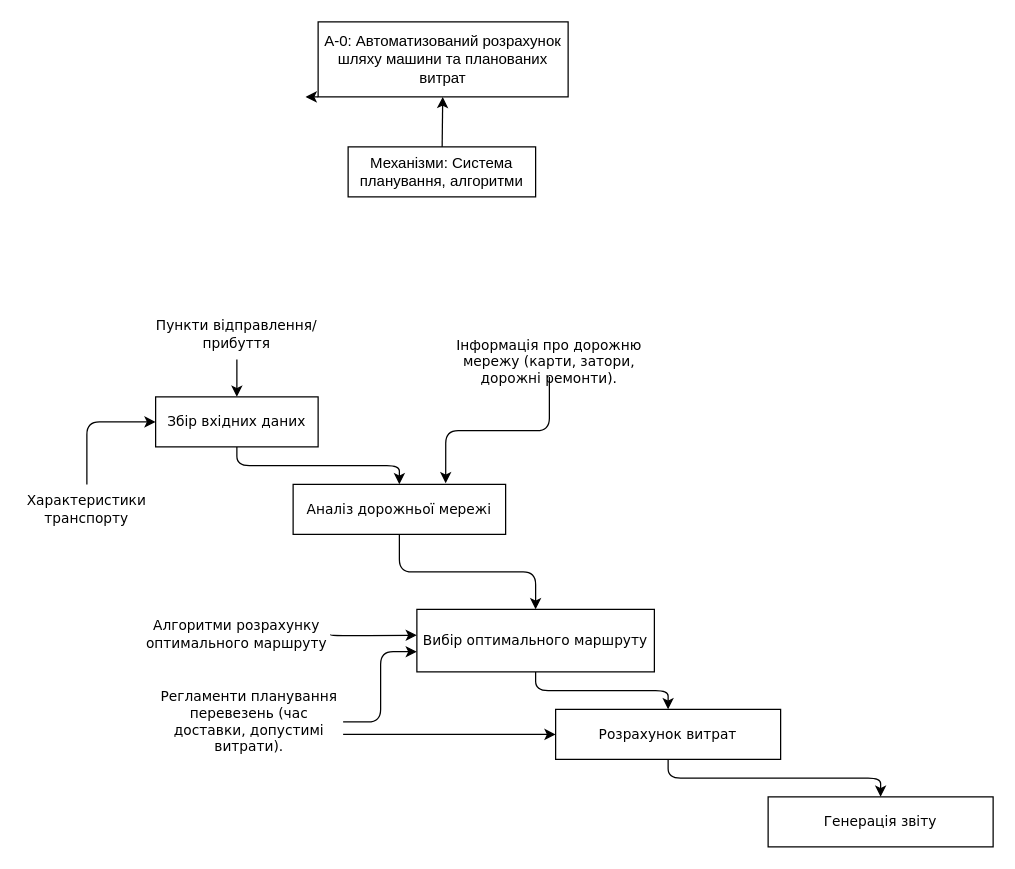
This is lab11.drawio from 1duxa/Designs, a draw.io file, before an edit. Source tidied: cells renumbered, new cells numbered last; positions are measured from the earlier drawing's top-left corner, leaving out a move shared by most shapes. Both pictures are drawn from the tidied source at 125%, with x=0, y=0 at pixel (30, 21).
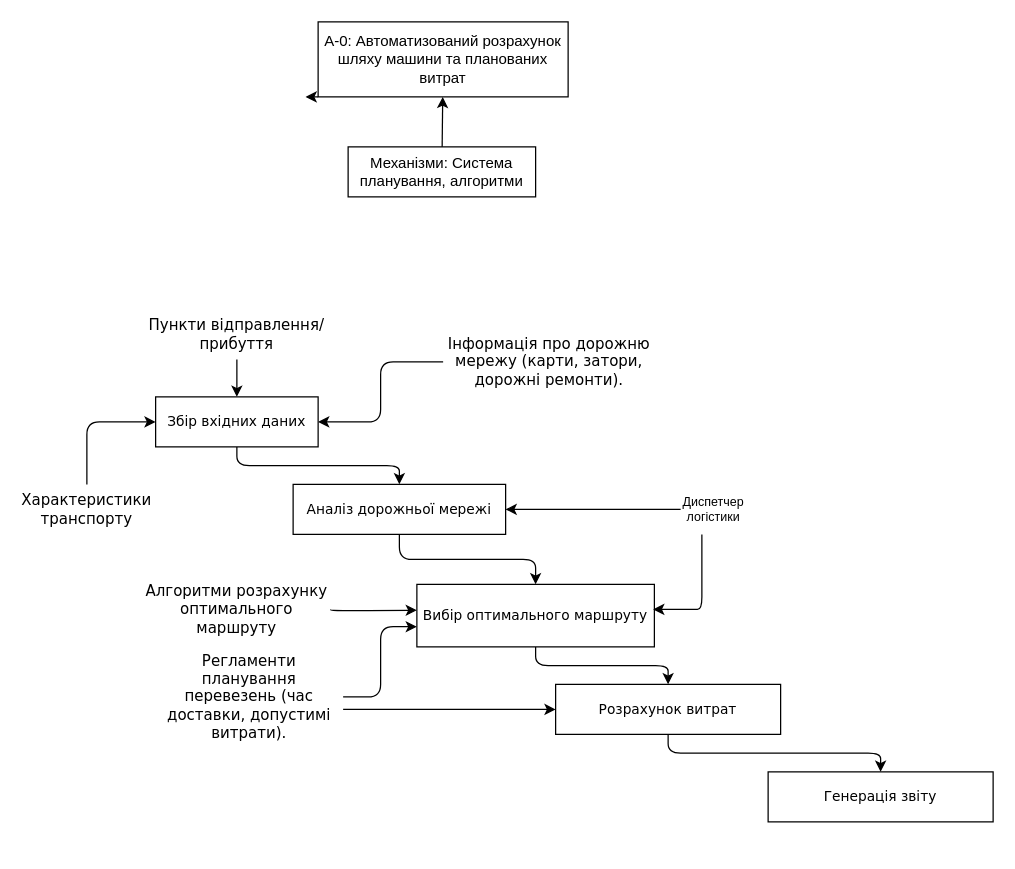
After the change.

Unchanged cells that the change refers to:
```xml
<mxCell id="13" value="Збір вхідних даних" style="shape=rectangle;whiteSpace=wrap;html=1;fontSize=11;fontFamily=Verdana;" parent="1" vertex="1">
  <mxGeometry x="100" y="300" width="130" height="40" as="geometry" />
</mxCell>
<mxCell id="14" value="Аналіз дорожньої мережі" style="shape=rectangle;whiteSpace=wrap;html=1;fontSize=11;fontFamily=Verdana;" parent="1" vertex="1">
  <mxGeometry x="210" y="370" width="170" height="40" as="geometry" />
</mxCell>
```

Change to the diagram source:
```diff
@@
-    <mxCell id="4" value="Пункти відправлення/прибуття" style="shape=rectangle;whiteSpace=wrap;html=1;fillColor=none;strokeColor=none;fontSize=11;fontFamily=Verdana;" parent="1" vertex="1">
+    <mxCell id="4" value="Пункти відправлення/прибуття" style="shape=rectangle;whiteSpace=wrap;html=1;fillColor=none;strokeColor=none;fontSize=12;fontFamily=Verdana;" parent="1" vertex="1">
       <mxGeometry x="90" y="230" width="150" height="40" as="geometry" />
     </mxCell>
     <mxCell id="5" style="edgeStyle=orthogonalEdgeStyle;rounded=0;jettySize=auto;html=1;entryX=0;entryY=0.5;entryDx=0;entryDy=0;fontSize=11;fontFamily=Verdana;" parent="1" edge="1" source="7" target="15">
       <mxGeometry relative="1" as="geometry">
         <Array as="points">
-          <mxPoint x="360" y="570" />
-          <mxPoint x="360" y="570" />
+          <mxPoint x="360" y="550" />
+          <mxPoint x="360" y="550" />
         </Array>
       </mxGeometry>
     </mxCell>
     <mxCell id="6" style="edgeStyle=orthogonalEdgeStyle;rounded=1;jettySize=auto;html=1;entryX=0;entryY=0.677;entryDx=0;entryDy=0;entryPerimeter=0;curved=0;fontSize=11;fontFamily=Verdana;" parent="1" edge="1" source="7" target="16">
       <mxGeometry relative="1" as="geometry">
         <Array as="points">
-          <mxPoint x="280" y="560" />
-          <mxPoint x="280" y="504" />
+          <mxPoint x="280" y="540" />
+          <mxPoint x="280" y="484" />
         </Array>
       </mxGeometry>
     </mxCell>
-    <mxCell id="7" value="&lt;span style=&quot;font-size: 11px; text-align: left;&quot;&gt;Регламенти планування перевезень&lt;/span&gt;&lt;span style=&quot;font-size: 11px; text-align: left;&quot;&gt;&amp;nbsp;(час доставки, допустимі витрати).&lt;/span&gt;" style="shape=rectangle;whiteSpace=wrap;html=1;strokeColor=none;fillColor=none;fontSize=11;fontFamily=Verdana;" parent="1" vertex="1">
-      <mxGeometry x="100" y="540" width="150" height="40" as="geometry" />
+    <mxCell id="7" value="&lt;span style=&quot;text-align: left;&quot;&gt;Регламенти планування перевезень&lt;/span&gt;&lt;span style=&quot;text-align: left;&quot;&gt;&amp;nbsp;(час доставки, допустимі витрати).&lt;/span&gt;" style="shape=rectangle;whiteSpace=wrap;html=1;strokeColor=none;fillColor=none;fontSize=12;fontFamily=Verdana;" parent="1" vertex="1">
+      <mxGeometry x="100" y="520" width="150" height="40" as="geometry" />
     </mxCell>
     <mxCell id="8" style="edgeStyle=orthogonalEdgeStyle;rounded=1;jettySize=auto;html=1;entryX=0;entryY=0.413;entryDx=0;entryDy=0;entryPerimeter=0;exitX=1;exitY=0.5;exitDx=0;exitDy=0;strokeColor=default;curved=0;fontSize=11;fontFamily=Verdana;" parent="1" edge="1" source="9" target="16">
       <mxGeometry relative="1" as="geometry">
         <Array as="points">
-          <mxPoint x="240" y="491" />
-          <mxPoint x="260" y="491" />
+          <mxPoint x="240" y="471" />
+          <mxPoint x="260" y="471" />
         </Array>
       </mxGeometry>
     </mxCell>
-    <mxCell id="9" value="Алгоритми розрахунку оптимального маршруту" style="shape=rectangle;whiteSpace=wrap;html=1;fillColor=none;strokeColor=none;fontSize=11;fontFamily=Verdana;" parent="1" vertex="1">
-      <mxGeometry x="90" y="470" width="150" height="40" as="geometry" />
+    <mxCell id="9" value="Алгоритми розрахунку оптимального маршруту" style="shape=rectangle;whiteSpace=wrap;html=1;fillColor=none;strokeColor=none;fontSize=12;fontFamily=Verdana;" parent="1" vertex="1">
+      <mxGeometry x="90" y="450" width="150" height="40" as="geometry" />
     </mxCell>
@@
     <mxCell id="15" value="Розрахунок витрат" style="shape=rectangle;whiteSpace=wrap;html=1;fontSize=11;fontFamily=Verdana;" parent="1" vertex="1">
-      <mxGeometry x="420" y="550" width="180" height="40" as="geometry" />
+      <mxGeometry x="420" y="530" width="180" height="40" as="geometry" />
     </mxCell>
     <mxCell id="16" value="Вибір оптимального маршруту" style="shape=rectangle;whiteSpace=wrap;html=1;fontSize=11;fontFamily=Verdana;" parent="1" vertex="1">
-      <mxGeometry x="309" y="470" width="190" height="50" as="geometry" />
+      <mxGeometry x="309" y="450" width="190" height="50" as="geometry" />
     </mxCell>
     <mxCell id="17" value="Генерація звіту" style="shape=rectangle;whiteSpace=wrap;html=1;fontSize=11;fontFamily=Verdana;" parent="1" vertex="1">
-      <mxGeometry x="590" y="620" width="180" height="40" as="geometry" />
+      <mxGeometry x="590" y="600" width="180" height="40" as="geometry" />
     </mxCell>
@@
-    <mxCell id="23" value="Характеристики транспорту" style="shape=rectangle;whiteSpace=wrap;html=1;strokeColor=none;fillColor=none;fontSize=11;fontFamily=Verdana;" parent="1" vertex="1">
+    <mxCell id="23" value="Характеристики транспорту" style="shape=rectangle;whiteSpace=wrap;html=1;strokeColor=none;fillColor=none;fontSize=12;fontFamily=Verdana;" parent="1" vertex="1">
       <mxGeometry y="370" width="90" height="40" as="geometry" />
     </mxCell>
-    <mxCell id="24" value="&lt;span style=&quot;font-size: 11px;&quot;&gt;Інформація про дорожню мережу&lt;/span&gt; (карти, затори, дорожні ремонти)." style="text;whiteSpace=wrap;html=1;fontSize=11;align=center;fontFamily=Verdana;verticalAlign=middle;" parent="1" vertex="1">
+    <mxCell id="24" value="&lt;span&gt;Інформація про дорожню мережу&lt;/span&gt; (карти, затори, дорожні ремонти)." style="text;whiteSpace=wrap;html=1;fontSize=12;align=center;fontFamily=Verdana;verticalAlign=middle;" parent="1" vertex="1">
       <mxGeometry x="330" y="260" width="170" height="24" as="geometry" />
     </mxCell>
-    <mxCell id="25" style="edgeStyle=orthogonalEdgeStyle;rounded=1;jettySize=auto;html=1;entryX=0.718;entryY=-0.02;entryDx=0;entryDy=0;entryPerimeter=0;curved=0;fontSize=11;fontFamily=Verdana;" parent="1" edge="1" source="24" target="14">
+    <mxCell id="25" style="edgeStyle=orthogonalEdgeStyle;rounded=1;jettySize=auto;html=1;entryX=1;entryY=0.5;entryDx=0;entryDy=0;curved=0;fontSize=11;fontFamily=Verdana;" parent="1" edge="1" source="24" target="13">
       <mxGeometry relative="1" as="geometry" />
     </mxCell>
+    <mxCell id="26" style="edgeStyle=orthogonalEdgeStyle;rounded=0;jettySize=auto;html=1;" parent="1" edge="1" source="28" target="14">
+      <mxGeometry relative="1" as="geometry" />
+    </mxCell>
+    <mxCell id="27" style="edgeStyle=orthogonalEdgeStyle;rounded=1;jettySize=auto;html=1;entryX=0.995;entryY=0.4;entryDx=0;entryDy=0;entryPerimeter=0;curved=0;" parent="1" edge="1" source="28" target="16">
+      <mxGeometry relative="1" as="geometry">
+        <Array as="points">
+          <mxPoint x="537" y="430" />
+          <mxPoint x="537" y="430" />
+          <mxPoint x="537" y="470" />
+          <mxPoint x="530" y="470" />
+          <mxPoint x="530" y="470" />
+        </Array>
+      </mxGeometry>
+    </mxCell>
+    <mxCell id="28" value="&lt;span&gt;Диспетчер логістики&lt;/span&gt;" style="text;html=1;align=center;verticalAlign=middle;whiteSpace=wrap;rounded=0;fontSize=10;fontStyle=0;" parent="1" vertex="1">
+      <mxGeometry x="520" y="370" width="53" height="40" as="geometry" />
+    </mxCell>
```
